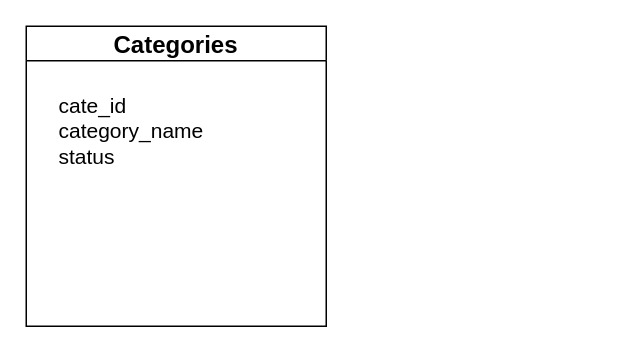
The draw.io diagram Untitled Diagram.drawio in phoenixZ123/mobile-pos, before the edit. Source tidied: cells renumbered, new cells numbered last; positions are measured from the earlier drawing's top-left corner, leaving out a move shared by most shapes. Both pictures are drawn from the tidied source at 150%, with x=0, y=0 at pixel (26, 26).
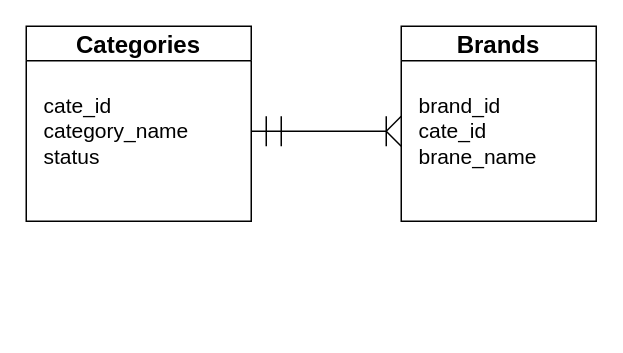
The same diagram, later.

What changed in the source:
```diff
@@
+    <mxCell id="4" style="group;" parent="1" vertex="1">
+      <mxGeometry width="380" height="130" as="geometry" />
+    </mxCell>
-    <mxCell id="2" value="Categories" style="swimlane;whiteSpace=wrap;html=1;fontSize=16;" parent="1" vertex="1">
-      <mxGeometry width="200" height="200" as="geometry" />
+    <mxCell id="2" value="Categories" style="swimlane;whiteSpace=wrap;html=1;fontSize=16;spacingTop=0;" parent="4" vertex="1">
+      <mxGeometry width="150" height="130" as="geometry" />
     </mxCell>
-    <mxCell id="3" value="&lt;font style=&quot;font-size: 14px;&quot;&gt;cate_id&lt;/font&gt;&lt;div style=&quot;font-size: 14px;&quot;&gt;&lt;font style=&quot;font-size: 14px;&quot;&gt;category_name&lt;/font&gt;&lt;/div&gt;&lt;div style=&quot;font-size: 14px;&quot;&gt;&lt;font style=&quot;font-size: 14px;&quot;&gt;status&lt;/font&gt;&lt;/div&gt;" style="text;html=1;align=left;verticalAlign=middle;glass=0;rounded=0;" parent="2" vertex="1">
-      <mxGeometry x="20" y="40" width="120" height="60" as="geometry" />
+    <mxCell id="3" value="&lt;font style=&quot;font-size: 14px;&quot;&gt;cate_id&lt;/font&gt;&lt;div style=&quot;font-size: 14px;&quot;&gt;&lt;font style=&quot;font-size: 14px;&quot;&gt;category_name&lt;/font&gt;&lt;/div&gt;&lt;div style=&quot;font-size: 14px;&quot;&gt;&lt;font style=&quot;font-size: 14px;&quot;&gt;status&lt;/font&gt;&lt;/div&gt;" style="text;html=1;align=left;verticalAlign=middle;glass=0;rounded=0;spacing=2;spacingTop=0;" parent="2" vertex="1">
+      <mxGeometry x="10" y="40" width="120" height="60" as="geometry" />
     </mxCell>
+    <mxCell id="5" value="Brands" style="swimlane;whiteSpace=wrap;html=1;fontSize=16;spacingTop=0;" parent="4" vertex="1">
+      <mxGeometry x="250" width="130" height="130" as="geometry" />
+    </mxCell>
+    <mxCell id="6" value="&lt;span style=&quot;font-size: 14px;&quot;&gt;brand_id&lt;/span&gt;&lt;div&gt;&lt;span style=&quot;font-size: 14px;&quot;&gt;cate_id&lt;/span&gt;&lt;/div&gt;&lt;div&gt;&lt;span style=&quot;font-size: 14px;&quot;&gt;brane_name&lt;/span&gt;&lt;/div&gt;" style="text;html=1;align=left;verticalAlign=middle;glass=0;rounded=0;spacing=2;spacingTop=0;" parent="5" vertex="1">
+      <mxGeometry x="10" y="40" width="100" height="60" as="geometry" />
+    </mxCell>
+    <mxCell id="7" style="endArrow=none;html=1;rounded=0;" parent="4" edge="1">
+      <mxGeometry relative="1" as="geometry">
+        <mxPoint x="150" y="70" as="sourcePoint" />
+        <mxPoint x="240" y="70" as="targetPoint" />
+      </mxGeometry>
+    </mxCell>
+    <mxCell id="8" style="endArrow=none;html=1;rounded=0;" parent="4" edge="1">
+      <mxGeometry relative="1" as="geometry">
+        <mxPoint x="160" y="80" as="sourcePoint" />
+        <mxPoint x="160" y="60" as="targetPoint" />
+        <Array as="points">
+          <mxPoint x="160" y="70" />
+        </Array>
+      </mxGeometry>
+    </mxCell>
+    <mxCell id="9" style="endArrow=none;html=1;rounded=0;" parent="4" edge="1">
+      <mxGeometry relative="1" as="geometry">
+        <mxPoint x="170" y="80" as="sourcePoint" />
+        <mxPoint x="170" y="70" as="targetPoint" />
+        <Array as="points">
+          <mxPoint x="170" y="60" />
+        </Array>
+      </mxGeometry>
+    </mxCell>
+    <mxCell id="10" style="endArrow=none;html=1;rounded=0;" parent="4" edge="1">
+      <mxGeometry relative="1" as="geometry">
+        <mxPoint x="240" y="70" as="sourcePoint" />
+        <mxPoint x="250" y="80" as="targetPoint" />
+      </mxGeometry>
+    </mxCell>
+    <mxCell id="11" style="endArrow=none;html=1;rounded=0;" parent="4" edge="1">
+      <mxGeometry relative="1" as="geometry">
+        <mxPoint x="240" y="70" as="sourcePoint" />
+        <mxPoint x="250" y="60" as="targetPoint" />
+      </mxGeometry>
+    </mxCell>
+    <mxCell id="12" style="endArrow=none;html=1;rounded=0;" parent="4" edge="1">
+      <mxGeometry relative="1" as="geometry">
+        <mxPoint x="240" y="80" as="sourcePoint" />
+        <mxPoint x="240" y="80" as="targetPoint" />
+        <Array as="points">
+          <mxPoint x="240" y="60" />
+        </Array>
+      </mxGeometry>
+    </mxCell>
```
